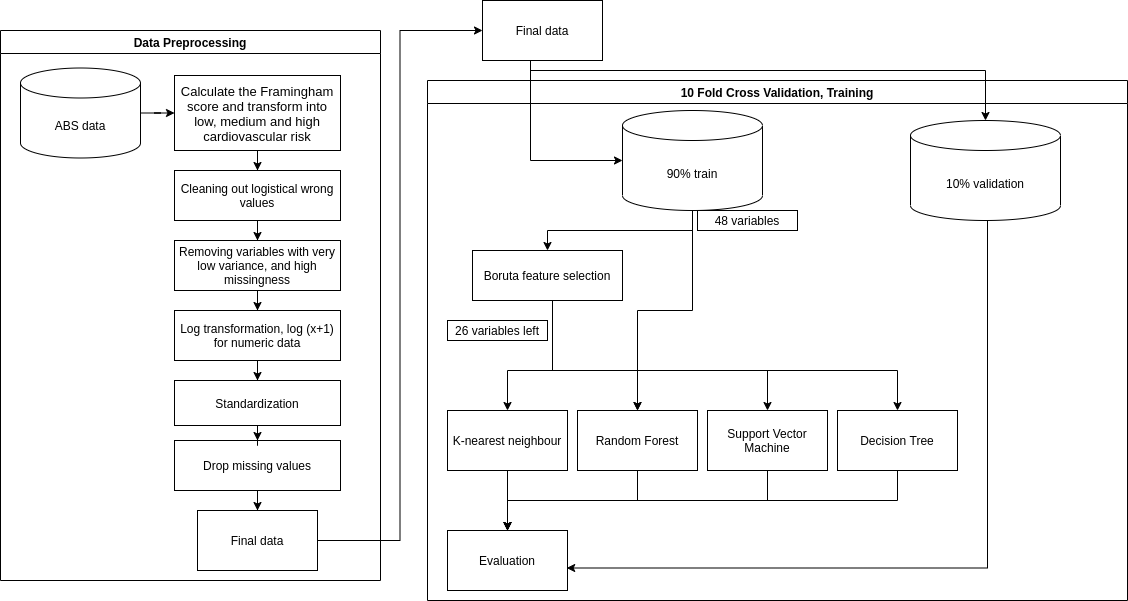
This is figures/flowchart.png from ida3266/PROJECT1_TEAM20, a draw.io export, as it was before one commit. Source tidied: cells renumbered, new cells last; positions are measured from the earlier drawing's top-left corner, leaving out a move shared by most shapes.
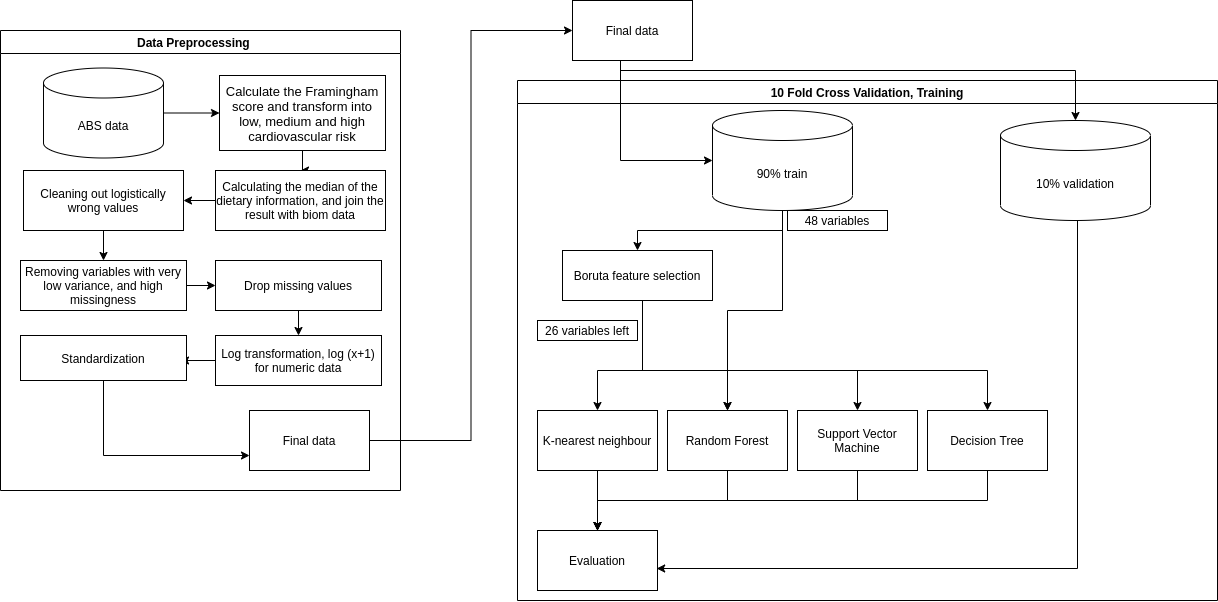
After the change.

What changed in the source:
```diff
@@ -109,54 +109,64 @@
     <mxCell id="23" value="48&amp;nbsp;variables&lt;br&gt;" style="rounded=0;whiteSpace=wrap;html=1;" parent="2" vertex="1">
       <mxGeometry x="270" y="130" width="100" height="20" as="geometry" />
     </mxCell>
-    <mxCell id="24" value="Data Preprocessing" style="swimlane;" parent="1" vertex="1">
-      <mxGeometry y="30" width="380" height="550" as="geometry" />
+    <mxCell id="24" value="Data Preprocessing    " style="swimlane;" parent="1" vertex="1">
+      <mxGeometry x="-90" y="30" width="400" height="460" as="geometry" />
     </mxCell>
-    <mxCell id="25" style="edgeStyle=orthogonalEdgeStyle;rounded=0;jettySize=auto;html=1;entryX=0.5;entryY=0;entryDx=0;entryDy=0;" parent="24" edge="1" source="26" target="35">
-      <mxGeometry relative="1" as="geometry" />
-    </mxCell>
+    <mxCell id="44" style="edgeStyle=orthogonalEdgeStyle;rounded=0;jettySize=auto;html=1;entryX=0.5;entryY=0;entryDx=0;entryDy=0;" parent="24" edge="1" source="26" target="49">
+      <mxGeometry relative="1" as="geometry" />
+    </mxCell>
     <mxCell id="26" value="&lt;p style=&quot;font-size: 13px&quot;&gt;Calculate the Framingham score and transform into low, medium and high cardiovascular risk&lt;/p&gt;" style="rounded=0;whiteSpace=wrap;html=1;" parent="24" vertex="1">
-      <mxGeometry x="174" y="45" width="166" height="75" as="geometry" />
+      <mxGeometry x="219" y="45" width="166" height="75" as="geometry" />
     </mxCell>
-    <mxCell id="27" style="edgeStyle=orthogonalEdgeStyle;rounded=0;jettySize=auto;html=1;entryX=0.5;entryY=0;entryDx=0;entryDy=0;" parent="24" edge="1" source="28" target="37">
+    <mxCell id="27" style="edgeStyle=orthogonalEdgeStyle;rounded=0;jettySize=auto;html=1;entryX=0.964;entryY=0.556;entryDx=0;entryDy=0;entryPerimeter=0;" parent="24" edge="1" source="28" target="37">
       <mxGeometry relative="1" as="geometry" />
     </mxCell>
     <mxCell id="28" value="Log transformation, log (x+1)&lt;br&gt;for numeric data" style="rounded=0;whiteSpace=wrap;html=1;" parent="24" vertex="1">
-      <mxGeometry x="174" y="280" width="166" height="50" as="geometry" />
+      <mxGeometry x="215" y="305" width="166" height="50" as="geometry" />
     </mxCell>
     <mxCell id="29" value="Final data" style="rounded=0;whiteSpace=wrap;html=1;" parent="24" vertex="1">
-      <mxGeometry x="197" y="480" width="120" height="60" as="geometry" />
+      <mxGeometry x="249" y="380" width="120" height="60" as="geometry" />
     </mxCell>
     <mxCell id="30" style="edgeStyle=orthogonalEdgeStyle;rounded=0;jettySize=auto;html=1;entryX=0;entryY=0.5;entryDx=0;entryDy=0;" parent="24" edge="1" source="31" target="26">
       <mxGeometry relative="1" as="geometry" />
     </mxCell>
     <mxCell id="31" value="ABS data" style="shape=cylinder3;whiteSpace=wrap;html=1;boundedLbl=1;backgroundOutline=1;size=15;" parent="24" vertex="1">
-      <mxGeometry x="20" y="37.5" width="120" height="90" as="geometry" />
+      <mxGeometry x="43" y="37.5" width="120" height="90" as="geometry" />
     </mxCell>
-    <mxCell id="32" style="edgeStyle=orthogonalEdgeStyle;rounded=0;jettySize=auto;html=1;entryX=0.5;entryY=0;entryDx=0;entryDy=0;" parent="24" edge="1" source="33" target="29">
-      <mxGeometry relative="1" as="geometry" />
-    </mxCell>
+    <mxCell id="45" style="edgeStyle=orthogonalEdgeStyle;rounded=0;jettySize=auto;html=1;entryX=0.5;entryY=0;entryDx=0;entryDy=0;" parent="24" edge="1" source="33" target="28">
+      <mxGeometry relative="1" as="geometry" />
+    </mxCell>
     <mxCell id="33" value="Drop missing values" style="rounded=0;whiteSpace=wrap;html=1;" parent="24" vertex="1">
-      <mxGeometry x="174" y="410" width="166" height="50" as="geometry" />
+      <mxGeometry x="215" y="230" width="166" height="50" as="geometry" />
     </mxCell>
     <mxCell id="34" style="edgeStyle=orthogonalEdgeStyle;rounded=0;jettySize=auto;html=1;entryX=0.5;entryY=0;entryDx=0;entryDy=0;" parent="24" edge="1" source="35" target="39">
       <mxGeometry relative="1" as="geometry" />
     </mxCell>
-    <mxCell id="35" value="Cleaning out logistical wrong values" style="rounded=0;whiteSpace=wrap;html=1;" parent="24" vertex="1">
-      <mxGeometry x="174" y="140" width="166" height="50" as="geometry" />
+    <mxCell id="35" value="Cleaning out logistically wrong values" style="rounded=0;whiteSpace=wrap;html=1;" parent="24" vertex="1">
+      <mxGeometry x="23" y="140" width="160" height="60" as="geometry" />
     </mxCell>
-    <mxCell id="36" style="edgeStyle=orthogonalEdgeStyle;rounded=0;jettySize=auto;html=1;entryX=0.5;entryY=0;entryDx=0;entryDy=0;" parent="24" edge="1" source="37" target="33">
-      <mxGeometry relative="1" as="geometry" />
-    </mxCell>
+    <mxCell id="46" style="edgeStyle=orthogonalEdgeStyle;rounded=0;jettySize=auto;html=1;entryX=0;entryY=0.75;entryDx=0;entryDy=0;" parent="24" edge="1" source="37" target="29">
+      <mxGeometry relative="1" as="geometry">
+        <Array as="points">
+          <mxPoint x="103" y="425" />
+        </Array>
+      </mxGeometry>
+    </mxCell>
     <mxCell id="37" value="Standardization" style="rounded=0;whiteSpace=wrap;html=1;" parent="24" vertex="1">
-      <mxGeometry x="174" y="350" width="166" height="45" as="geometry" />
+      <mxGeometry x="20" y="305" width="166" height="45" as="geometry" />
     </mxCell>
-    <mxCell id="38" style="edgeStyle=orthogonalEdgeStyle;rounded=0;jettySize=auto;html=1;entryX=0.5;entryY=0;entryDx=0;entryDy=0;" parent="24" edge="1" source="39" target="28">
-      <mxGeometry relative="1" as="geometry" />
-    </mxCell>
+    <mxCell id="47" style="edgeStyle=orthogonalEdgeStyle;rounded=0;jettySize=auto;html=1;entryX=0;entryY=0.5;entryDx=0;entryDy=0;" parent="24" edge="1" source="39" target="33">
+      <mxGeometry relative="1" as="geometry" />
+    </mxCell>
     <mxCell id="39" value="Removing variables with very low variance, and high missingness" style="rounded=0;whiteSpace=wrap;html=1;" parent="24" vertex="1">
-      <mxGeometry x="174" y="210" width="166" height="50" as="geometry" />
+      <mxGeometry x="20" y="230" width="166" height="50" as="geometry" />
     </mxCell>
+    <mxCell id="48" style="edgeStyle=orthogonalEdgeStyle;rounded=0;jettySize=auto;html=1;entryX=1;entryY=0.5;entryDx=0;entryDy=0;" parent="24" edge="1" source="49" target="35">
+      <mxGeometry relative="1" as="geometry" />
+    </mxCell>
+    <mxCell id="49" value="Calculating the median of the dietary information, and join the result with biom data" style="rounded=0;whiteSpace=wrap;html=1;" parent="24" vertex="1">
+      <mxGeometry x="215" y="140" width="170" height="60" as="geometry" />
+    </mxCell>
     <mxCell id="40" style="edgeStyle=orthogonalEdgeStyle;rounded=0;jettySize=auto;html=1;" parent="1" edge="1" source="42" target="5">
       <mxGeometry relative="1" as="geometry">
         <Array as="points">
```
